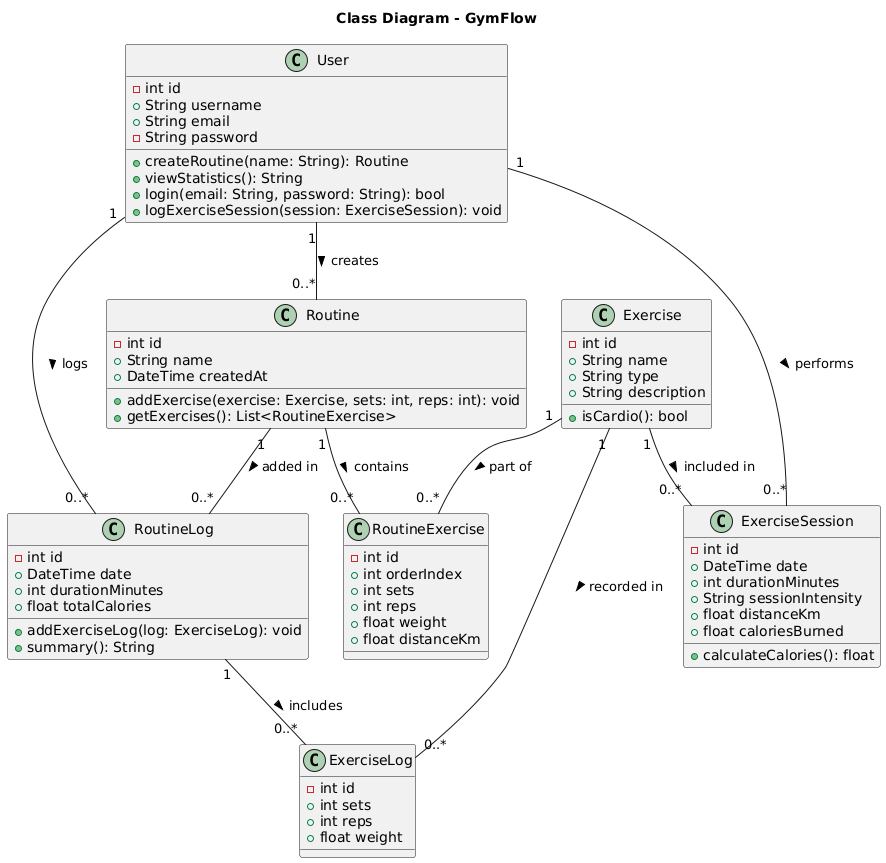
This is Documentation/Diagrams/class diagram GymFlow.png from Inaryuta/SE-Seminar, a PlantUML export, as it was before one commit. Source of this version:
```plantuml
@startuml
title Class Diagram - GymFlow

class User {
  -int id
  +String username
  +String email
  -String password
  +createRoutine(name: String): Routine
  +viewStatistics(): String
  +login(email: String, password: String): bool
  +logExerciseSession(session: ExerciseSession): void
}

class Routine {
  -int id
  +String name
  +DateTime createdAt
  +addExercise(exercise: Exercise, sets: int, reps: int): void
  +getExercises(): List<RoutineExercise>
}

class Exercise {
  -int id
  +String name
  +String type
  +String description
  +isCardio(): bool
}

class RoutineExercise {
  -int id
  +int orderIndex
  +int sets
  +int reps
  +float weight
  +float distanceKm
}

class ExerciseSession {
  -int id
  +DateTime date
  +int durationMinutes
  +String sessionIntensity
  +float distanceKm
  +float caloriesBurned
  +calculateCalories(): float
}

class RoutineLog {
  -int id
  +DateTime date
  +int durationMinutes
  +float totalCalories
  +addExerciseLog(log: ExerciseLog): void
  +summary(): String
}

class ExerciseLog {
  -int id
  +int sets
  +int reps
  +float weight
}

User "1" -- "0..*" Routine : creates >
User "1" -- "0..*" ExerciseSession : performs >
User "1" -- "0..*" RoutineLog : logs >

Routine "1" -- "0..*" RoutineExercise : contains >
Exercise "1" -- "0..*" RoutineExercise : part of >
RoutineLog "1" -- "0..*" ExerciseLog : includes >

Exercise "1" -- "0..*" ExerciseSession : included in >
Exercise "1" -- "0..*" ExerciseLog : recorded in >

Routine "1" -- "0..*" RoutineLog : added in >
@enduml
```
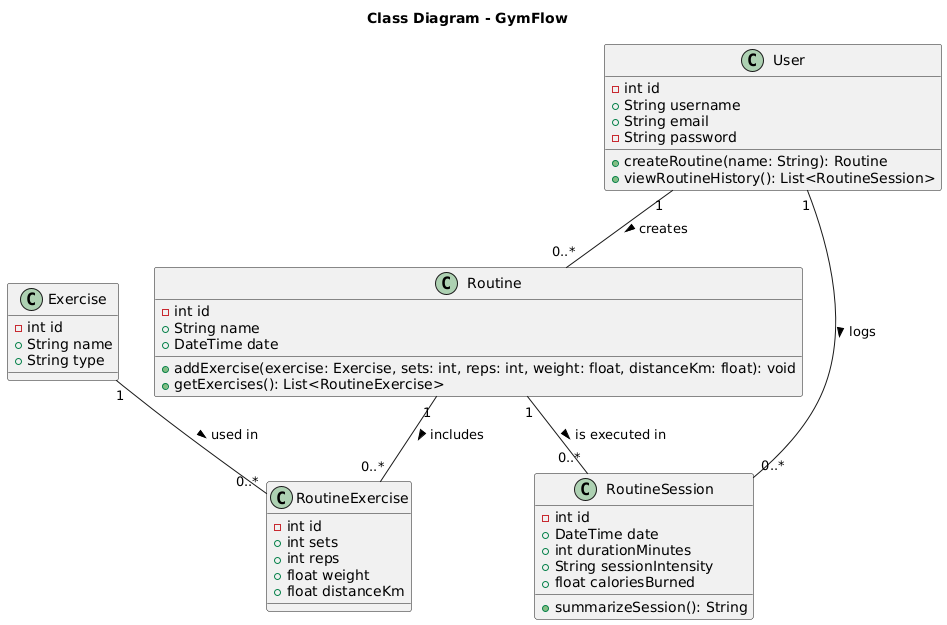
The same diagram one commit later.

The edit, as a diff of the source:
```diff
@@ -7,72 +7,50 @@
   +String email
   -String password
   +createRoutine(name: String): Routine
-  +viewStatistics(): String
-  +login(email: String, password: String): bool
-  +logExerciseSession(session: ExerciseSession): void
+  +viewRoutineHistory(): List<RoutineSession>
 }
+
 
 class Routine {
   -int id
   +String name
-  +DateTime createdAt
-  +addExercise(exercise: Exercise, sets: int, reps: int): void
+  +DateTime date
+  +addExercise(exercise: Exercise, sets: int, reps: int, weight: float, distanceKm: float): void
   +getExercises(): List<RoutineExercise>
 }
+
 
 class Exercise {
   -int id
   +String name
   +String type
-  +String description
-  +isCardio(): bool
 }
+
 
 class RoutineExercise {
   -int id
-  +int orderIndex
   +int sets
   +int reps
   +float weight
   +float distanceKm
 }
 
-class ExerciseSession {
+
+class RoutineSession {
   -int id
   +DateTime date
   +int durationMinutes
   +String sessionIntensity
-  +float distanceKm
   +float caloriesBurned
-  +calculateCalories(): float
+  +summarizeSession(): String
 }
 
-class RoutineLog {
-  -int id
-  +DateTime date
-  +int durationMinutes
-  +float totalCalories
-  +addExerciseLog(log: ExerciseLog): void
-  +summary(): String
-}
-
-class ExerciseLog {
-  -int id
-  +int sets
-  +int reps
-  +float weight
-}
 
 User "1" -- "0..*" Routine : creates >
-User "1" -- "0..*" ExerciseSession : performs >
-User "1" -- "0..*" RoutineLog : logs >
+User "1" -- "0..*" RoutineSession : logs >
 
-Routine "1" -- "0..*" RoutineExercise : contains >
-Exercise "1" -- "0..*" RoutineExercise : part of >
-RoutineLog "1" -- "0..*" ExerciseLog : includes >
+Routine "1" -- "0..*" RoutineExercise : includes >
+Routine "1" -- "0..*" RoutineSession : is executed in >
 
-Exercise "1" -- "0..*" ExerciseSession : included in >
-Exercise "1" -- "0..*" ExerciseLog : recorded in >
-
-Routine "1" -- "0..*" RoutineLog : added in >
+Exercise "1" -- "0..*" RoutineExercise : used in >
 @enduml
```
